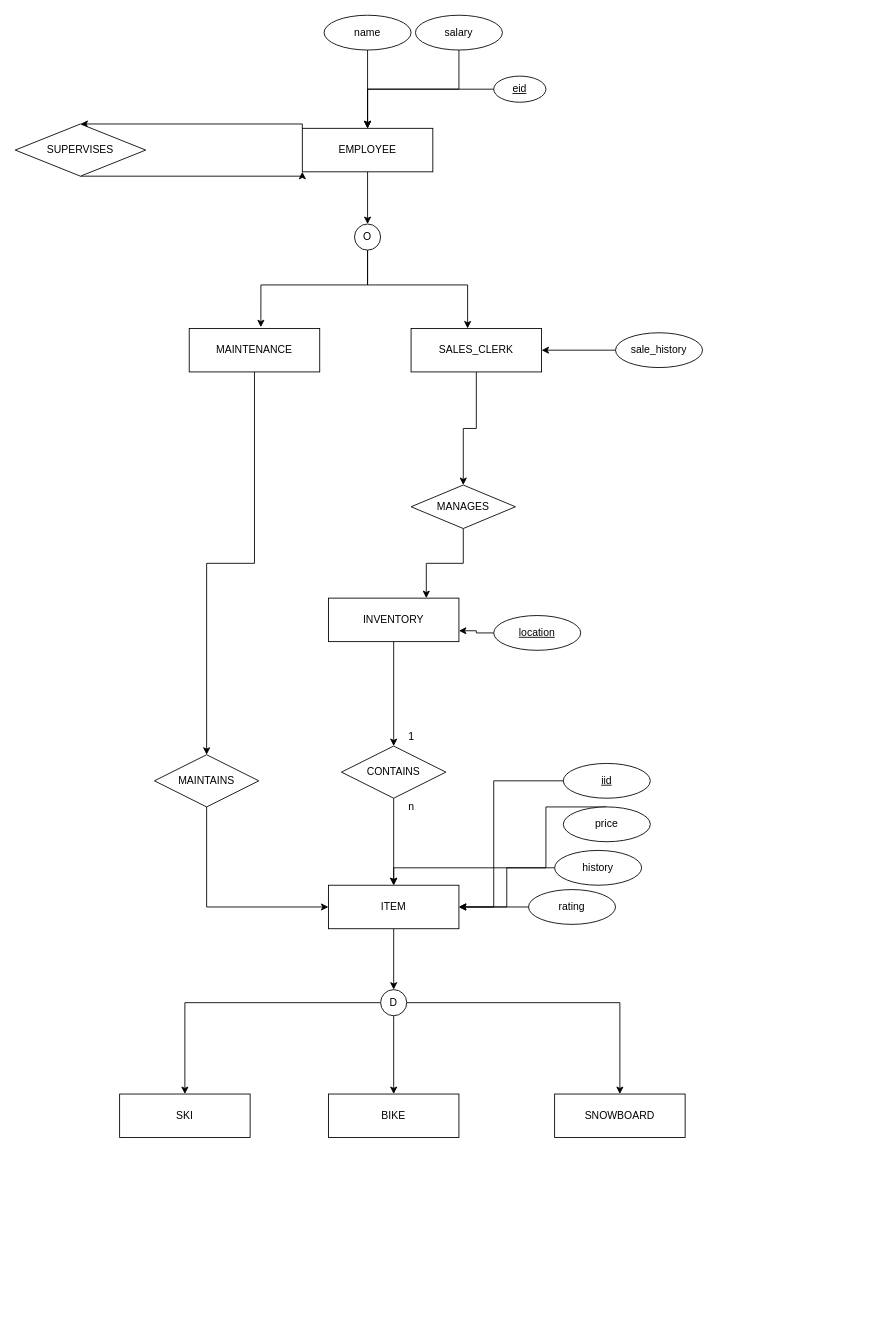
Earlier version of the draw.io diagram BikeShop.drawio (ajh416/BikeShop). Source tidied: cells renumbered, new cells numbered last; positions are measured from the earlier drawing's top-left corner, leaving out a move shared by most shapes. Both pictures are drawn from the tidied source at 87%, with x=0, y=0 at pixel (15, 15).
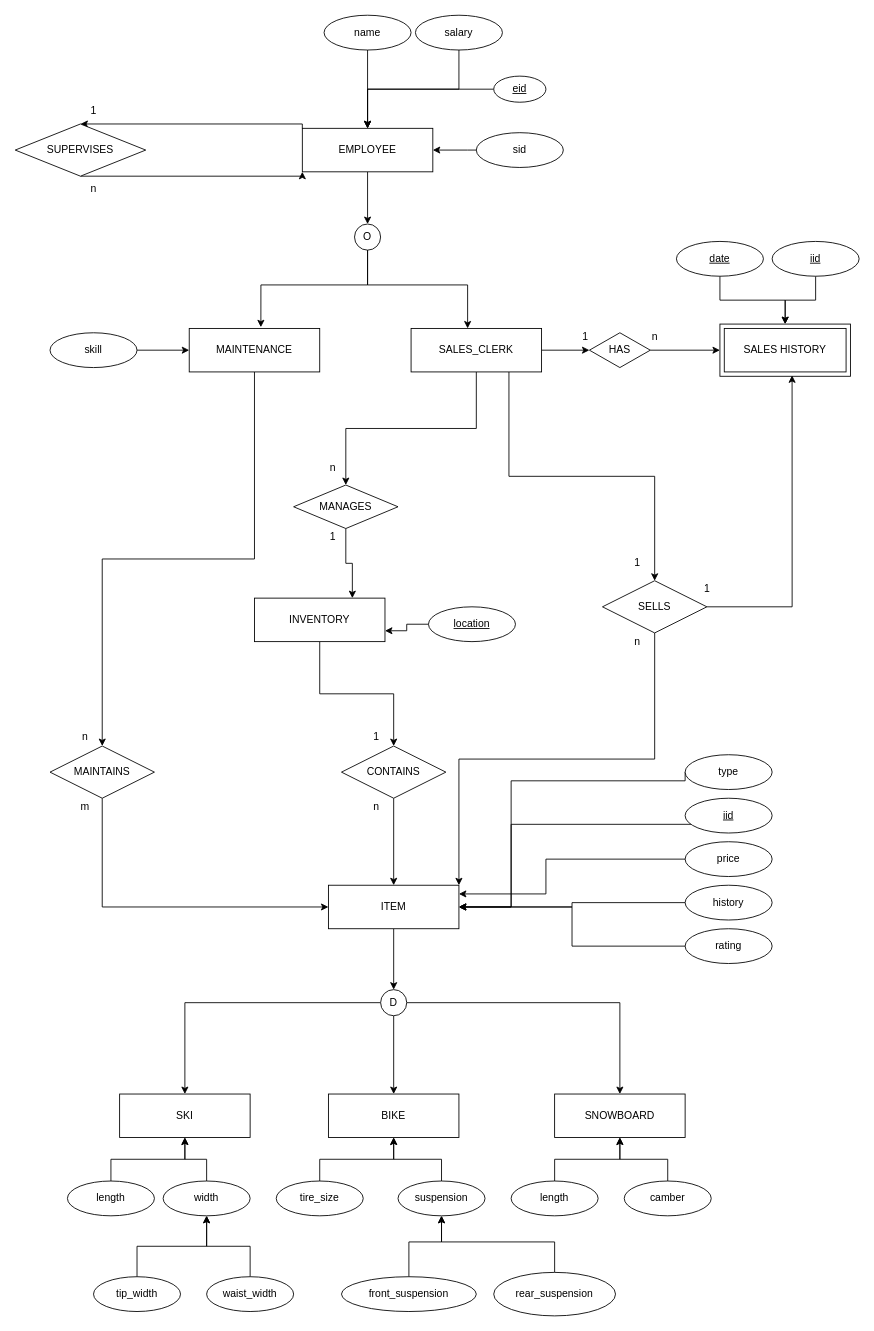
Above is the later version.

The change refers to these unchanged cells:
```xml
<mxCell id="6" value="EMPLOYEE" style="whiteSpace=wrap;html=1;align=center;" parent="1" vertex="1">
  <mxGeometry x="330" y="130" width="150" height="50" as="geometry" />
</mxCell>
<mxCell id="10" value="MAINTENANCE" style="whiteSpace=wrap;html=1;align=center;" parent="1" vertex="1">
  <mxGeometry x="200" y="360" width="150" height="50" as="geometry" />
</mxCell>
<mxCell id="12" value="SALES_CLERK" style="whiteSpace=wrap;html=1;align=center;" parent="1" vertex="1">
  <mxGeometry x="455" y="360" width="150" height="50" as="geometry" />
</mxCell>
<mxCell id="23" value="ITEM" style="whiteSpace=wrap;html=1;align=center;" parent="1" vertex="1">
  <mxGeometry x="360" y="1000" width="150" height="50" as="geometry" />
</mxCell>
<mxCell id="36" value="SKI" style="whiteSpace=wrap;html=1;align=center;" parent="1" vertex="1">
  <mxGeometry x="120" y="1240" width="150" height="50" as="geometry" />
</mxCell>
<mxCell id="37" value="BIKE" style="whiteSpace=wrap;html=1;align=center;" parent="1" vertex="1">
  <mxGeometry x="360" y="1240" width="150" height="50" as="geometry" />
</mxCell>
<mxCell id="38" value="SNOWBOARD" style="whiteSpace=wrap;html=1;align=center;" parent="1" vertex="1">
  <mxGeometry x="620" y="1240" width="150" height="50" as="geometry" />
</mxCell>
```

Change to the diagram source:
```diff
@@
     <mxCell id="3" value="&lt;div&gt;INVENTORY&lt;/div&gt;" style="whiteSpace=wrap;html=1;align=center;" parent="1" vertex="1">
-      <mxGeometry x="360" y="670" width="150" height="50" as="geometry" />
+      <mxGeometry x="275" y="670" width="150" height="50" as="geometry" />
     </mxCell>
@@
+    <mxCell id="51" style="edgeStyle=orthogonalEdgeStyle;rounded=0;jettySize=auto;html=1;exitX=1;exitY=0.5;exitDx=0;exitDy=0;" parent="1" edge="1" source="12" target="61">
+      <mxGeometry relative="1" as="geometry" />
+    </mxCell>
+    <mxCell id="52" style="edgeStyle=orthogonalEdgeStyle;rounded=0;jettySize=auto;html=1;exitX=0.75;exitY=1;exitDx=0;exitDy=0;" parent="1" edge="1" source="12" target="74">
+      <mxGeometry relative="1" as="geometry" />
+    </mxCell>
@@
     <mxCell id="21" value="MANAGES" style="shape=rhombus;perimeter=rhombusPerimeter;whiteSpace=wrap;html=1;align=center;" parent="1" vertex="1">
-      <mxGeometry x="455" y="540" width="120" height="50" as="geometry" />
+      <mxGeometry x="320" y="540" width="120" height="50" as="geometry" />
     </mxCell>
@@
     <mxCell id="24" style="edgeStyle=orthogonalEdgeStyle;rounded=0;jettySize=auto;html=1;" parent="1" edge="1" source="25" target="23">
       <mxGeometry relative="1" as="geometry">
         <Array as="points">
-          <mxPoint x="610" y="910" />
-          <mxPoint x="610" y="980" />
-          <mxPoint x="435" y="980" />
+          <mxPoint x="610" y="970" />
+          <mxPoint x="610" y="1010" />
         </Array>
       </mxGeometry>
     </mxCell>
     <mxCell id="25" value="&lt;div&gt;price&lt;/div&gt;" style="ellipse;whiteSpace=wrap;html=1;align=center;" parent="1" vertex="1">
-      <mxGeometry x="630" y="910" width="100" height="40" as="geometry" />
+      <mxGeometry x="770" y="950" width="100" height="40" as="geometry" />
     </mxCell>
@@
     <mxCell id="27" value="history" style="ellipse;whiteSpace=wrap;html=1;align=center;" parent="1" vertex="1">
-      <mxGeometry x="620" y="960" width="100" height="40" as="geometry" />
+      <mxGeometry x="770" y="1000" width="100" height="40" as="geometry" />
     </mxCell>
     <mxCell id="28" style="edgeStyle=orthogonalEdgeStyle;rounded=0;jettySize=auto;html=1;" parent="1" edge="1" source="29" target="23">
       <mxGeometry relative="1" as="geometry">
         <Array as="points">
-          <mxPoint x="550" y="880" />
-          <mxPoint x="550" y="1025" />
+          <mxPoint x="570" y="930" />
+          <mxPoint x="570" y="1025" />
         </Array>
       </mxGeometry>
     </mxCell>
     <mxCell id="29" value="&lt;u&gt;iid&lt;/u&gt;" style="ellipse;whiteSpace=wrap;html=1;align=center;" parent="1" vertex="1">
-      <mxGeometry x="630" y="860" width="100" height="40" as="geometry" />
+      <mxGeometry x="770" y="900" width="100" height="40" as="geometry" />
     </mxCell>
@@
     <mxCell id="31" value="rating" style="ellipse;whiteSpace=wrap;html=1;align=center;" parent="1" vertex="1">
-      <mxGeometry x="590" y="1005" width="100" height="40" as="geometry" />
+      <mxGeometry x="770" y="1050" width="100" height="40" as="geometry" />
     </mxCell>
@@
     <mxCell id="42" value="MAINTAINS" style="shape=rhombus;perimeter=rhombusPerimeter;whiteSpace=wrap;html=1;align=center;" parent="1" vertex="1">
-      <mxGeometry x="160" y="850" width="120" height="60" as="geometry" />
+      <mxGeometry x="40" y="840" width="120" height="60" as="geometry" />
     </mxCell>
@@
     <mxCell id="44" value="&lt;u&gt;location&lt;/u&gt;" style="ellipse;whiteSpace=wrap;html=1;align=center;" parent="1" vertex="1">
-      <mxGeometry x="550" y="690" width="100" height="40" as="geometry" />
+      <mxGeometry x="475" y="680" width="100" height="40" as="geometry" />
     </mxCell>
     <mxCell id="45" value="1" style="text;html=1;align=center;verticalAlign=middle;strokeColor=none;fillColor=none;" parent="1" vertex="1">
-      <mxGeometry x="440" y="810" width="30" height="40" as="geometry" />
+      <mxGeometry x="400" y="810" width="30" height="40" as="geometry" />
     </mxCell>
     <mxCell id="46" value="n" style="text;html=1;align=center;verticalAlign=middle;strokeColor=none;fillColor=none;" parent="1" vertex="1">
-      <mxGeometry x="440" y="890" width="30" height="40" as="geometry" />
+      <mxGeometry x="400" y="890" width="30" height="40" as="geometry" />
     </mxCell>
@@
-    <mxCell id="49" style="edgeStyle=orthogonalEdgeStyle;rounded=0;jettySize=auto;html=1;" parent="1" edge="1" source="50" target="12">
-      <mxGeometry relative="1" as="geometry" />
-    </mxCell>
-    <mxCell id="50" value="&lt;div&gt;sale_history&lt;/div&gt;" style="ellipse;whiteSpace=wrap;html=1;align=center;" parent="1" vertex="1">
-      <mxGeometry x="690" y="365" width="100" height="40" as="geometry" />
-    </mxCell>
+    <mxCell id="53" value="1" style="text;html=1;align=center;verticalAlign=middle;strokeColor=none;fillColor=none;" parent="1" vertex="1">
+      <mxGeometry x="75" y="90" width="30" height="40" as="geometry" />
+    </mxCell>
+    <mxCell id="54" value="n" style="text;html=1;align=center;verticalAlign=middle;strokeColor=none;fillColor=none;" parent="1" vertex="1">
+      <mxGeometry x="75" y="180" width="30" height="40" as="geometry" />
+    </mxCell>
+    <mxCell id="55" style="edgeStyle=orthogonalEdgeStyle;rounded=0;jettySize=auto;html=1;" parent="1" edge="1" source="56" target="6">
+      <mxGeometry relative="1" as="geometry">
+        <Array as="points">
+          <mxPoint x="520" y="155" />
+          <mxPoint x="520" y="155" />
+        </Array>
+      </mxGeometry>
+    </mxCell>
+    <mxCell id="56" value="&lt;div&gt;sid&lt;/div&gt;" style="ellipse;whiteSpace=wrap;html=1;align=center;" parent="1" vertex="1">
+      <mxGeometry x="530" y="135" width="100" height="40" as="geometry" />
+    </mxCell>
+    <mxCell id="57" style="edgeStyle=orthogonalEdgeStyle;rounded=0;jettySize=auto;html=1;exitX=1;exitY=0.5;exitDx=0;exitDy=0;" parent="1" edge="1" source="58" target="10">
+      <mxGeometry relative="1" as="geometry" />
+    </mxCell>
+    <mxCell id="58" value="skill" style="ellipse;whiteSpace=wrap;html=1;align=center;" parent="1" vertex="1">
+      <mxGeometry x="40" y="365" width="100" height="40" as="geometry" />
+    </mxCell>
+    <mxCell id="59" value="SALES HISTORY" style="shape=ext;margin=3;double=1;whiteSpace=wrap;html=1;align=center;" parent="1" vertex="1">
+      <mxGeometry x="810" y="355" width="150" height="60" as="geometry" />
+    </mxCell>
+    <mxCell id="60" style="edgeStyle=orthogonalEdgeStyle;rounded=0;jettySize=auto;html=1;exitX=1;exitY=0.5;exitDx=0;exitDy=0;entryX=0;entryY=0.5;entryDx=0;entryDy=0;" parent="1" edge="1" source="61" target="59">
+      <mxGeometry relative="1" as="geometry" />
+    </mxCell>
+    <mxCell id="61" value="HAS" style="shape=rhombus;perimeter=rhombusPerimeter;whiteSpace=wrap;html=1;align=center;" parent="1" vertex="1">
+      <mxGeometry x="660" y="365" width="70" height="40" as="geometry" />
+    </mxCell>
+    <mxCell id="62" value="1" style="text;html=1;align=center;verticalAlign=middle;strokeColor=none;fillColor=none;" parent="1" vertex="1">
+      <mxGeometry x="640" y="350" width="30" height="40" as="geometry" />
+    </mxCell>
+    <mxCell id="63" value="n" style="text;html=1;align=center;verticalAlign=middle;strokeColor=none;fillColor=none;" parent="1" vertex="1">
+      <mxGeometry x="720" y="350" width="30" height="40" as="geometry" />
+    </mxCell>
+    <mxCell id="64" style="edgeStyle=orthogonalEdgeStyle;rounded=0;jettySize=auto;html=1;" parent="1" edge="1" source="65" target="59">
+      <mxGeometry relative="1" as="geometry" />
+    </mxCell>
+    <mxCell id="65" value="&lt;u&gt;date&lt;/u&gt;" style="ellipse;whiteSpace=wrap;html=1;align=center;" parent="1" vertex="1">
+      <mxGeometry x="760" y="260" width="100" height="40" as="geometry" />
+    </mxCell>
+    <mxCell id="66" style="edgeStyle=orthogonalEdgeStyle;rounded=0;jettySize=auto;html=1;" parent="1" edge="1" source="67" target="59">
+      <mxGeometry relative="1" as="geometry" />
+    </mxCell>
+    <mxCell id="67" value="&lt;u&gt;iid&lt;/u&gt;" style="ellipse;whiteSpace=wrap;html=1;align=center;" parent="1" vertex="1">
+      <mxGeometry x="870" y="260" width="100" height="40" as="geometry" />
+    </mxCell>
+    <mxCell id="68" style="edgeStyle=orthogonalEdgeStyle;rounded=0;jettySize=auto;html=1;" parent="1" edge="1" source="69" target="37">
+      <mxGeometry relative="1" as="geometry" />
+    </mxCell>
+    <mxCell id="69" value="tire_size" style="ellipse;whiteSpace=wrap;html=1;align=center;" parent="1" vertex="1">
+      <mxGeometry x="300" y="1340" width="100" height="40" as="geometry" />
+    </mxCell>
+    <mxCell id="70" style="edgeStyle=orthogonalEdgeStyle;rounded=0;jettySize=auto;html=1;" parent="1" edge="1" source="71" target="37">
+      <mxGeometry relative="1" as="geometry" />
+    </mxCell>
+    <mxCell id="71" value="&lt;div&gt;suspension&lt;/div&gt;" style="ellipse;whiteSpace=wrap;html=1;align=center;" parent="1" vertex="1">
+      <mxGeometry x="440" y="1340" width="100" height="40" as="geometry" />
+    </mxCell>
+    <mxCell id="72" style="edgeStyle=orthogonalEdgeStyle;rounded=0;jettySize=auto;html=1;exitX=0.5;exitY=1;exitDx=0;exitDy=0;entryX=1;entryY=0;entryDx=0;entryDy=0;" parent="1" edge="1" source="74" target="23">
+      <mxGeometry relative="1" as="geometry" />
+    </mxCell>
+    <mxCell id="73" style="edgeStyle=orthogonalEdgeStyle;rounded=0;jettySize=auto;html=1;exitX=1;exitY=0.5;exitDx=0;exitDy=0;entryX=0.553;entryY=0.983;entryDx=0;entryDy=0;entryPerimeter=0;" parent="1" edge="1" source="74" target="59">
+      <mxGeometry relative="1" as="geometry" />
+    </mxCell>
+    <mxCell id="74" value="SELLS" style="shape=rhombus;perimeter=rhombusPerimeter;whiteSpace=wrap;html=1;align=center;" parent="1" vertex="1">
+      <mxGeometry x="675" y="650" width="120" height="60" as="geometry" />
+    </mxCell>
+    <mxCell id="75" style="edgeStyle=orthogonalEdgeStyle;rounded=0;jettySize=auto;html=1;exitX=0;exitY=0.5;exitDx=0;exitDy=0;entryX=1;entryY=0.5;entryDx=0;entryDy=0;" parent="1" edge="1" source="76" target="23">
+      <mxGeometry relative="1" as="geometry">
+        <Array as="points">
+          <mxPoint x="570" y="880" />
+          <mxPoint x="570" y="1025" />
+        </Array>
+      </mxGeometry>
+    </mxCell>
+    <mxCell id="76" value="type" style="ellipse;whiteSpace=wrap;html=1;align=center;" parent="1" vertex="1">
+      <mxGeometry x="770" y="850" width="100" height="40" as="geometry" />
+    </mxCell>
+    <mxCell id="77" style="edgeStyle=orthogonalEdgeStyle;rounded=0;jettySize=auto;html=1;" parent="1" edge="1" source="78" target="38">
+      <mxGeometry relative="1" as="geometry" />
+    </mxCell>
+    <mxCell id="78" value="length" style="ellipse;whiteSpace=wrap;html=1;align=center;" parent="1" vertex="1">
+      <mxGeometry x="570" y="1340" width="100" height="40" as="geometry" />
+    </mxCell>
+    <mxCell id="79" style="edgeStyle=orthogonalEdgeStyle;rounded=0;jettySize=auto;html=1;" parent="1" edge="1" source="80" target="38">
+      <mxGeometry relative="1" as="geometry" />
+    </mxCell>
+    <mxCell id="80" value="camber" style="ellipse;whiteSpace=wrap;html=1;align=center;" parent="1" vertex="1">
+      <mxGeometry x="700" y="1340" width="100" height="40" as="geometry" />
+    </mxCell>
+    <mxCell id="81" style="edgeStyle=orthogonalEdgeStyle;rounded=0;jettySize=auto;html=1;" parent="1" edge="1" source="82" target="36">
+      <mxGeometry relative="1" as="geometry" />
+    </mxCell>
+    <mxCell id="82" value="length" style="ellipse;whiteSpace=wrap;html=1;align=center;" parent="1" vertex="1">
+      <mxGeometry x="60" y="1340" width="100" height="40" as="geometry" />
+    </mxCell>
+    <mxCell id="83" style="edgeStyle=orthogonalEdgeStyle;rounded=0;jettySize=auto;html=1;" parent="1" edge="1" source="84" target="36">
+      <mxGeometry relative="1" as="geometry" />
+    </mxCell>
+    <mxCell id="84" value="width" style="ellipse;whiteSpace=wrap;html=1;align=center;" parent="1" vertex="1">
+      <mxGeometry x="170" y="1340" width="100" height="40" as="geometry" />
+    </mxCell>
+    <mxCell id="85" style="edgeStyle=orthogonalEdgeStyle;rounded=0;jettySize=auto;html=1;" parent="1" edge="1" source="86" target="84">
+      <mxGeometry relative="1" as="geometry" />
+    </mxCell>
+    <mxCell id="86" value="tip_width" style="ellipse;whiteSpace=wrap;html=1;align=center;" parent="1" vertex="1">
+      <mxGeometry x="90" y="1450" width="100" height="40" as="geometry" />
+    </mxCell>
+    <mxCell id="87" style="edgeStyle=orthogonalEdgeStyle;rounded=0;jettySize=auto;html=1;" parent="1" edge="1" source="88" target="84">
+      <mxGeometry relative="1" as="geometry" />
+    </mxCell>
+    <mxCell id="88" value="waist_width" style="ellipse;whiteSpace=wrap;html=1;align=center;" parent="1" vertex="1">
+      <mxGeometry x="220" y="1450" width="100" height="40" as="geometry" />
+    </mxCell>
+    <mxCell id="89" value="1" style="text;html=1;align=center;verticalAlign=middle;strokeColor=none;fillColor=none;" parent="1" vertex="1">
+      <mxGeometry x="700" y="610" width="30" height="40" as="geometry" />
+    </mxCell>
+    <mxCell id="90" value="n" style="text;html=1;align=center;verticalAlign=middle;strokeColor=none;fillColor=none;" parent="1" vertex="1">
+      <mxGeometry x="700" y="700" width="30" height="40" as="geometry" />
+    </mxCell>
+    <mxCell id="91" value="1" style="text;html=1;align=center;verticalAlign=middle;strokeColor=none;fillColor=none;" parent="1" vertex="1">
+      <mxGeometry x="780" y="640" width="30" height="40" as="geometry" />
+    </mxCell>
+    <mxCell id="92" value="n" style="text;html=1;align=center;verticalAlign=middle;strokeColor=none;fillColor=none;" parent="1" vertex="1">
+      <mxGeometry x="350" y="500" width="30" height="40" as="geometry" />
+    </mxCell>
+    <mxCell id="93" value="1" style="text;html=1;align=center;verticalAlign=middle;strokeColor=none;fillColor=none;" parent="1" vertex="1">
+      <mxGeometry x="350" y="580" width="30" height="40" as="geometry" />
+    </mxCell>
+    <mxCell id="94" value="n" style="text;html=1;align=center;verticalAlign=middle;strokeColor=none;fillColor=none;" parent="1" vertex="1">
+      <mxGeometry x="65" y="810" width="30" height="40" as="geometry" />
+    </mxCell>
+    <mxCell id="95" value="m" style="text;html=1;align=center;verticalAlign=middle;strokeColor=none;fillColor=none;" parent="1" vertex="1">
+      <mxGeometry x="60" y="890" width="40" height="40" as="geometry" />
+    </mxCell>
+    <mxCell id="96" style="edgeStyle=orthogonalEdgeStyle;rounded=0;jettySize=auto;html=1;" parent="1" edge="1" source="97" target="71">
+      <mxGeometry relative="1" as="geometry">
+        <Array as="points">
+          <mxPoint x="453" y="1410" />
+          <mxPoint x="490" y="1410" />
+        </Array>
+      </mxGeometry>
+    </mxCell>
+    <mxCell id="97" value="front_suspension" style="ellipse;whiteSpace=wrap;html=1;align=center;" parent="1" vertex="1">
+      <mxGeometry x="375" y="1450" width="155" height="40" as="geometry" />
+    </mxCell>
+    <mxCell id="98" style="edgeStyle=orthogonalEdgeStyle;rounded=0;jettySize=auto;html=1;" parent="1" edge="1" source="99" target="71">
+      <mxGeometry relative="1" as="geometry">
+        <Array as="points">
+          <mxPoint x="620" y="1410" />
+          <mxPoint x="490" y="1410" />
+        </Array>
+      </mxGeometry>
+    </mxCell>
+    <mxCell id="99" value="rear_suspension" style="ellipse;whiteSpace=wrap;html=1;align=center;" parent="1" vertex="1">
+      <mxGeometry x="550" y="1445" width="140" height="50" as="geometry" />
+    </mxCell>
```
